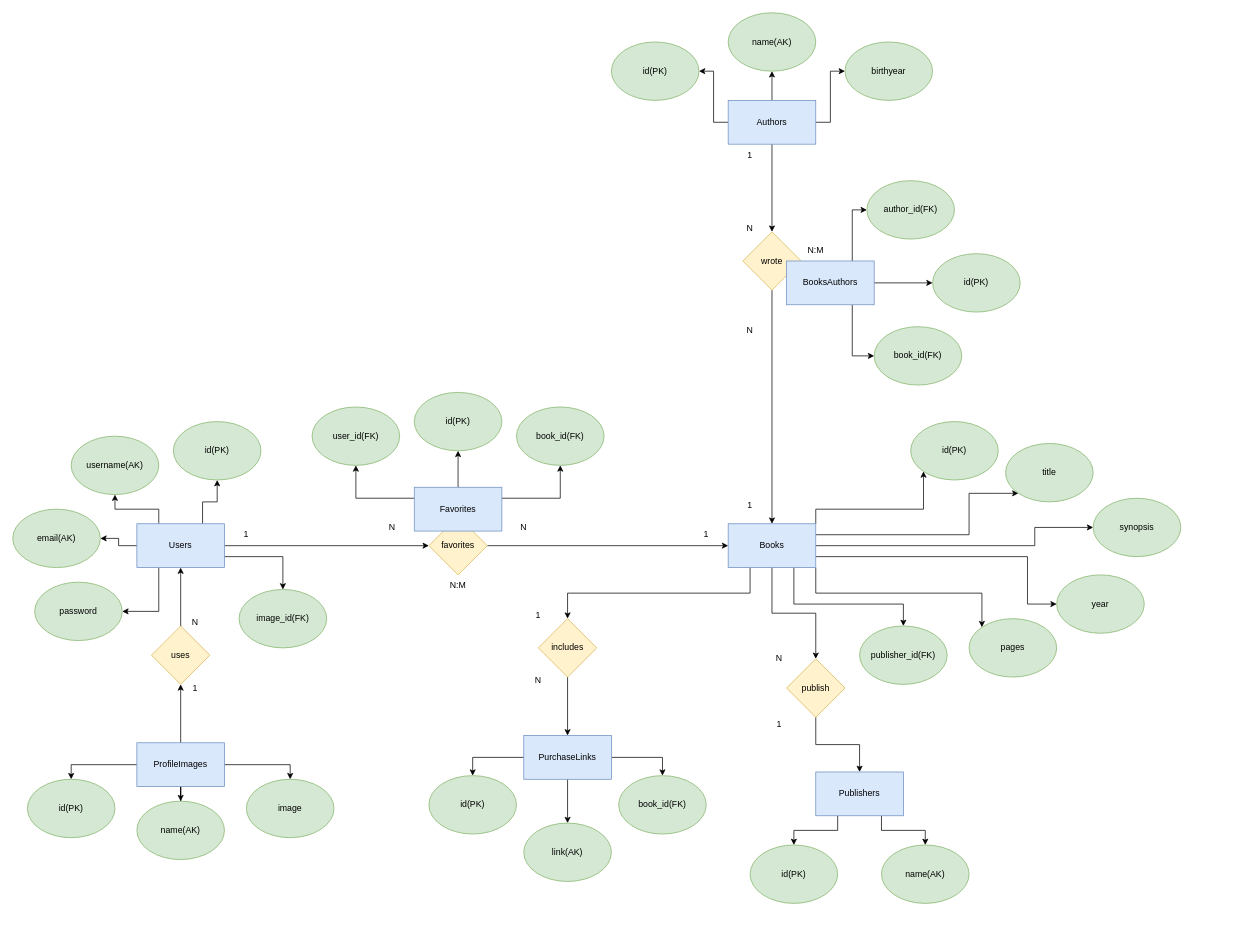
Before: docs/database/entidad_relacion.drawio in PacoCanovaca/LaBibliotecaDeAjedrez, a draw.io diagram. Source tidied: cells renumbered, new cells numbered last; positions are measured from the earlier drawing's top-left corner, leaving out a move shared by most shapes. Both pictures are drawn from the tidied source at 73%, with x=0, y=0 at pixel (12, 12).
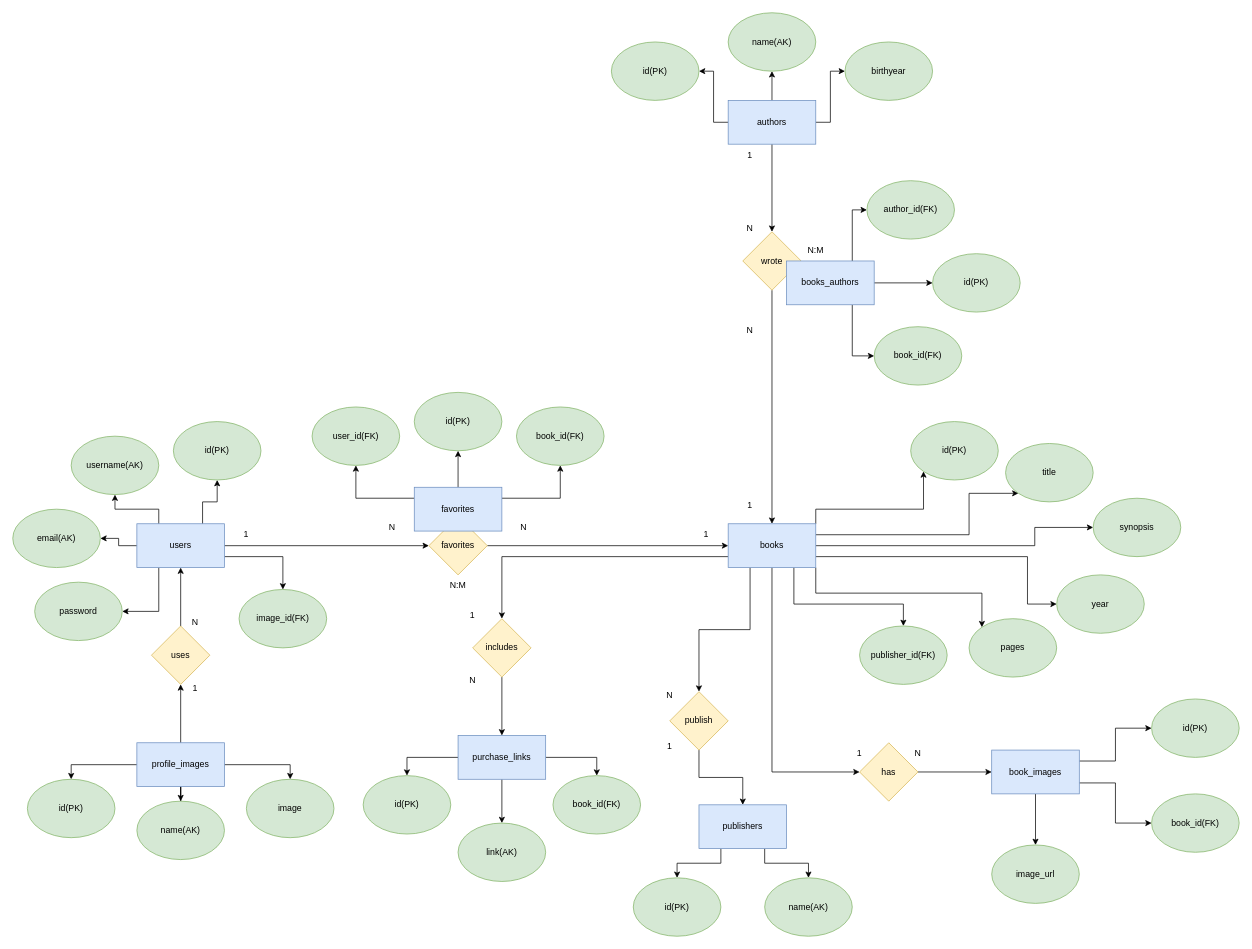
After the change.

What changed in the source:
```diff
@@
-    <mxCell id="8" value="Users" style="rounded=0;whiteSpace=wrap;html=1;fillColor=#dae8fc;strokeColor=#6c8ebf;" parent="1" vertex="1">
+    <mxCell id="8" value="users" style="rounded=0;whiteSpace=wrap;html=1;fillColor=#dae8fc;strokeColor=#6c8ebf;" parent="1" vertex="1">
       <mxGeometry x="170" y="700" width="120" height="60" as="geometry" />
     </mxCell>
-    <mxCell id="9" style="edgeStyle=orthogonalEdgeStyle;rounded=0;jettySize=auto;html=1;exitX=0.25;exitY=1;exitDx=0;exitDy=0;entryX=0.5;entryY=0;entryDx=0;entryDy=0;" parent="1" edge="1" source="17" target="30">
-      <mxGeometry relative="1" as="geometry" />
-    </mxCell>
-    <mxCell id="10" style="edgeStyle=orthogonalEdgeStyle;rounded=0;jettySize=auto;html=1;exitX=0.5;exitY=1;exitDx=0;exitDy=0;" parent="1" edge="1" source="17" target="72">
-      <mxGeometry relative="1" as="geometry" />
-    </mxCell>
@@
+    <mxCell id="9" style="edgeStyle=orthogonalEdgeStyle;rounded=0;jettySize=auto;html=1;exitX=0;exitY=0.75;exitDx=0;exitDy=0;entryX=0.5;entryY=0;entryDx=0;entryDy=0;" parent="1" edge="1" source="17" target="30">
+      <mxGeometry relative="1" as="geometry">
+        <Array as="points">
+          <mxPoint x="670" y="745" />
+        </Array>
+      </mxGeometry>
+    </mxCell>
+    <mxCell id="10" style="edgeStyle=orthogonalEdgeStyle;rounded=0;jettySize=auto;html=1;exitX=0.25;exitY=1;exitDx=0;exitDy=0;entryX=0.5;entryY=0;entryDx=0;entryDy=0;" parent="1" edge="1" source="17" target="72">
+      <mxGeometry relative="1" as="geometry" />
+    </mxCell>
+    <mxCell id="97" style="edgeStyle=orthogonalEdgeStyle;rounded=0;jettySize=auto;html=1;exitX=0.5;exitY=1;exitDx=0;exitDy=0;entryX=0;entryY=0.5;entryDx=0;entryDy=0;" parent="1" edge="1" source="17" target="99">
+      <mxGeometry relative="1" as="geometry" />
+    </mxCell>
-    <mxCell id="17" value="Books" style="rounded=0;whiteSpace=wrap;html=1;fillColor=#dae8fc;strokeColor=#6c8ebf;" parent="1" vertex="1">
+    <mxCell id="17" value="books" style="rounded=0;whiteSpace=wrap;html=1;fillColor=#dae8fc;strokeColor=#6c8ebf;" parent="1" vertex="1">
       <mxGeometry x="980" y="700" width="120" height="60" as="geometry" />
     </mxCell>
@@
-    <mxCell id="21" value="PurchaseLinks" style="rounded=0;whiteSpace=wrap;html=1;fillColor=#dae8fc;strokeColor=#6c8ebf;" parent="1" vertex="1">
-      <mxGeometry x="700" y="990" width="120" height="60" as="geometry" />
+    <mxCell id="21" value="purchase_links" style="rounded=0;whiteSpace=wrap;html=1;fillColor=#dae8fc;strokeColor=#6c8ebf;" parent="1" vertex="1">
+      <mxGeometry x="610" y="990" width="120" height="60" as="geometry" />
     </mxCell>
@@
-    <mxCell id="27" value="Favorites" style="rounded=0;whiteSpace=wrap;html=1;fillColor=#dae8fc;strokeColor=#6c8ebf;" parent="1" vertex="1">
+    <mxCell id="27" value="favorites" style="rounded=0;whiteSpace=wrap;html=1;fillColor=#dae8fc;strokeColor=#6c8ebf;" parent="1" vertex="1">
       <mxGeometry x="550" y="650" width="120" height="60" as="geometry" />
     </mxCell>
@@
     <mxCell id="30" value="includes" style="rhombus;whiteSpace=wrap;html=1;fillColor=#fff2cc;strokeColor=#d6b656;" parent="1" vertex="1">
-      <mxGeometry x="720" y="830" width="80" height="80" as="geometry" />
+      <mxGeometry x="630" y="830" width="80" height="80" as="geometry" />
     </mxCell>
@@
-    <mxCell id="40" value="ProfileImages" style="rounded=0;whiteSpace=wrap;html=1;fillColor=#dae8fc;strokeColor=#6c8ebf;" parent="1" vertex="1">
+    <mxCell id="40" value="profile_images" style="rounded=0;whiteSpace=wrap;html=1;fillColor=#dae8fc;strokeColor=#6c8ebf;" parent="1" vertex="1">
       <mxGeometry x="170" y="1000" width="120" height="60" as="geometry" />
     </mxCell>
@@
     <mxCell id="45" value="N" style="text;html=1;whiteSpace=wrap;strokeColor=none;fillColor=none;align=center;verticalAlign=middle;rounded=0;" parent="1" vertex="1">
-      <mxGeometry x="690" y="900" width="60" height="30" as="geometry" />
+      <mxGeometry x="600" y="900" width="60" height="30" as="geometry" />
     </mxCell>
     <mxCell id="46" value="1" style="text;html=1;whiteSpace=wrap;strokeColor=none;fillColor=none;align=center;verticalAlign=middle;rounded=0;" parent="1" vertex="1">
-      <mxGeometry x="690" y="810" width="60" height="30" as="geometry" />
+      <mxGeometry x="600" y="810" width="60" height="30" as="geometry" />
     </mxCell>
@@
-    <mxCell id="66" value="Authors" style="rounded=0;whiteSpace=wrap;html=1;fillColor=#dae8fc;strokeColor=#6c8ebf;" parent="1" vertex="1">
+    <mxCell id="66" value="authors" style="rounded=0;whiteSpace=wrap;html=1;fillColor=#dae8fc;strokeColor=#6c8ebf;" parent="1" vertex="1">
       <mxGeometry x="980" y="120" width="120" height="60" as="geometry" />
     </mxCell>
@@
     <mxCell id="72" value="publish" style="rhombus;whiteSpace=wrap;html=1;fillColor=#fff2cc;strokeColor=#d6b656;" parent="1" vertex="1">
-      <mxGeometry x="1060" y="885" width="80" height="80" as="geometry" />
+      <mxGeometry x="900" y="930" width="80" height="80" as="geometry" />
     </mxCell>
@@
-    <mxCell id="75" value="Publishers" style="rounded=0;whiteSpace=wrap;html=1;fillColor=#dae8fc;strokeColor=#6c8ebf;" parent="1" vertex="1">
-      <mxGeometry x="1100" y="1040" width="120" height="60" as="geometry" />
+    <mxCell id="75" value="publishers" style="rounded=0;whiteSpace=wrap;html=1;fillColor=#dae8fc;strokeColor=#6c8ebf;" parent="1" vertex="1">
+      <mxGeometry x="940" y="1085" width="120" height="60" as="geometry" />
     </mxCell>
     <mxCell id="76" value="id(PK)" style="ellipse;whiteSpace=wrap;html=1;fillColor=#d5e8d4;strokeColor=#82b366;" parent="1" vertex="1">
-      <mxGeometry x="1010" y="1140" width="120" height="80" as="geometry" />
+      <mxGeometry x="850" y="1185" width="120" height="80" as="geometry" />
     </mxCell>
     <mxCell id="77" value="name(AK)" style="ellipse;whiteSpace=wrap;html=1;fillColor=#d5e8d4;strokeColor=#82b366;" parent="1" vertex="1">
-      <mxGeometry x="1190" y="1140" width="120" height="80" as="geometry" />
+      <mxGeometry x="1030" y="1185" width="120" height="80" as="geometry" />
     </mxCell>
@@
     <mxCell id="79" value="1" style="text;html=1;whiteSpace=wrap;strokeColor=none;fillColor=none;align=center;verticalAlign=middle;rounded=0;" parent="1" vertex="1">
-      <mxGeometry x="1020" y="960" width="60" height="30" as="geometry" />
+      <mxGeometry x="870" y="990" width="60" height="30" as="geometry" />
     </mxCell>
     <mxCell id="80" value="N" style="text;html=1;whiteSpace=wrap;strokeColor=none;fillColor=none;align=center;verticalAlign=middle;rounded=0;" parent="1" vertex="1">
-      <mxGeometry x="1020" y="870" width="60" height="30" as="geometry" />
+      <mxGeometry x="870" y="920" width="60" height="30" as="geometry" />
     </mxCell>
     <mxCell id="81" value="id(PK)" style="ellipse;whiteSpace=wrap;html=1;fillColor=#d5e8d4;strokeColor=#82b366;" parent="1" vertex="1">
-      <mxGeometry x="570" y="1045" width="120" height="80" as="geometry" />
+      <mxGeometry x="480" y="1045" width="120" height="80" as="geometry" />
     </mxCell>
     <mxCell id="82" value="link(AK)" style="ellipse;whiteSpace=wrap;html=1;fillColor=#d5e8d4;strokeColor=#82b366;" parent="1" vertex="1">
-      <mxGeometry x="700" y="1110" width="120" height="80" as="geometry" />
+      <mxGeometry x="610" y="1110" width="120" height="80" as="geometry" />
     </mxCell>
     <mxCell id="83" value="book_id(FK)" style="ellipse;whiteSpace=wrap;html=1;fillColor=#d5e8d4;strokeColor=#82b366;" parent="1" vertex="1">
-      <mxGeometry x="830" y="1045" width="120" height="80" as="geometry" />
+      <mxGeometry x="740" y="1045" width="120" height="80" as="geometry" />
     </mxCell>
@@
-    <mxCell id="90" value="BooksAuthors" style="rounded=0;whiteSpace=wrap;html=1;fillColor=#dae8fc;strokeColor=#6c8ebf;" parent="1" vertex="1">
+    <mxCell id="90" value="books_authors" style="rounded=0;whiteSpace=wrap;html=1;fillColor=#dae8fc;strokeColor=#6c8ebf;" parent="1" vertex="1">
       <mxGeometry x="1060" y="340" width="120" height="60" as="geometry" />
     </mxCell>
@@
+    <mxCell id="98" style="edgeStyle=orthogonalEdgeStyle;rounded=0;jettySize=auto;html=1;exitX=1;exitY=0.5;exitDx=0;exitDy=0;entryX=0;entryY=0.5;entryDx=0;entryDy=0;" parent="1" edge="1" source="99" target="103">
+      <mxGeometry relative="1" as="geometry" />
+    </mxCell>
+    <mxCell id="99" value="has" style="rhombus;whiteSpace=wrap;html=1;fillColor=#fff2cc;strokeColor=#d6b656;" parent="1" vertex="1">
+      <mxGeometry x="1160" y="1000" width="80" height="80" as="geometry" />
+    </mxCell>
+    <mxCell id="100" style="edgeStyle=orthogonalEdgeStyle;rounded=0;jettySize=auto;html=1;exitX=1;exitY=0.25;exitDx=0;exitDy=0;entryX=0;entryY=0.5;entryDx=0;entryDy=0;" parent="1" edge="1" source="103" target="106">
+      <mxGeometry relative="1" as="geometry" />
+    </mxCell>
+    <mxCell id="101" style="edgeStyle=orthogonalEdgeStyle;rounded=0;jettySize=auto;html=1;exitX=1;exitY=0.75;exitDx=0;exitDy=0;entryX=0;entryY=0.5;entryDx=0;entryDy=0;" parent="1" edge="1" source="103" target="107">
+      <mxGeometry relative="1" as="geometry" />
+    </mxCell>
+    <mxCell id="102" style="edgeStyle=orthogonalEdgeStyle;rounded=0;jettySize=auto;html=1;exitX=0.5;exitY=1;exitDx=0;exitDy=0;entryX=0.5;entryY=0;entryDx=0;entryDy=0;" parent="1" edge="1" source="103" target="108">
+      <mxGeometry relative="1" as="geometry" />
+    </mxCell>
+    <mxCell id="103" value="book_images" style="rounded=0;whiteSpace=wrap;html=1;fillColor=#dae8fc;strokeColor=#6c8ebf;" parent="1" vertex="1">
+      <mxGeometry x="1341" y="1010" width="120" height="60" as="geometry" />
+    </mxCell>
+    <mxCell id="104" value="1" style="text;html=1;whiteSpace=wrap;strokeColor=none;fillColor=none;align=center;verticalAlign=middle;rounded=0;" parent="1" vertex="1">
+      <mxGeometry x="1130" y="1000" width="60" height="30" as="geometry" />
+    </mxCell>
+    <mxCell id="105" value="N" style="text;html=1;whiteSpace=wrap;strokeColor=none;fillColor=none;align=center;verticalAlign=middle;rounded=0;" parent="1" vertex="1">
+      <mxGeometry x="1210" y="1000" width="60" height="30" as="geometry" />
+    </mxCell>
+    <mxCell id="106" value="id(PK)" style="ellipse;whiteSpace=wrap;html=1;fillColor=#d5e8d4;strokeColor=#82b366;" parent="1" vertex="1">
+      <mxGeometry x="1560" y="940" width="120" height="80" as="geometry" />
+    </mxCell>
+    <mxCell id="107" value="book_id(FK)" style="ellipse;whiteSpace=wrap;html=1;fillColor=#d5e8d4;strokeColor=#82b366;" parent="1" vertex="1">
+      <mxGeometry x="1560" y="1070" width="120" height="80" as="geometry" />
+    </mxCell>
+    <mxCell id="108" value="image_url" style="ellipse;whiteSpace=wrap;html=1;fillColor=#d5e8d4;strokeColor=#82b366;" parent="1" vertex="1">
+      <mxGeometry x="1341" y="1140" width="120" height="80" as="geometry" />
+    </mxCell>
```
